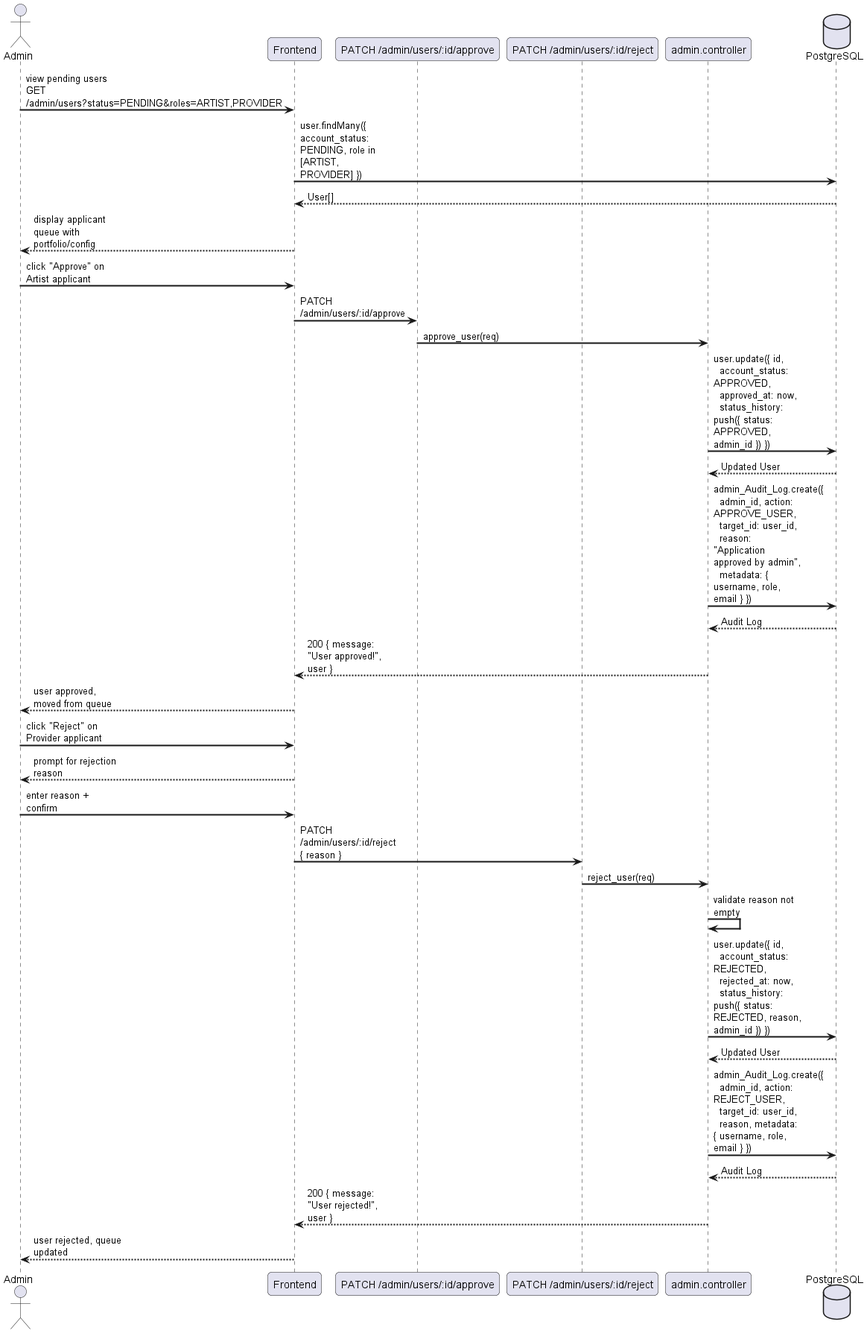
Earlier version of the PlantUML export docs/diagrams/exports/sequence/admin/sequence_admin_user_moderation.png (Schryzon/3Dex). Its diagram source:
```plantuml
@startuml
skinparam sequenceArrowThickness 2
skinparam roundcorner 10
skinparam maxmessagesize 120

actor "Admin" as ADM
participant "Frontend" as FE
participant "PATCH /admin/users/:id/approve" as APP
participant "PATCH /admin/users/:id/reject" as REJ
participant "admin.controller" as AC
database "PostgreSQL" as DB

ADM -> FE : view pending users\nGET /admin/users?status=PENDING&roles=ARTIST,PROVIDER
FE -> DB : user.findMany({ account_status: PENDING, role in [ARTIST, PROVIDER] })
DB --> FE : User[]
FE --> ADM : display applicant queue with portfolio/config

ADM -> FE : click "Approve" on Artist applicant
FE -> APP : PATCH /admin/users/:id/approve
APP -> AC : approve_user(req)
AC -> DB : user.update({ id,\n  account_status: APPROVED,\n  approved_at: now,\n  status_history: push({ status: APPROVED, admin_id }) })
DB --> AC : Updated User
AC -> DB : admin_Audit_Log.create({\n  admin_id, action: APPROVE_USER,\n  target_id: user_id,\n  reason: "Application approved by admin",\n  metadata: { username, role, email } })
DB --> AC : Audit Log
AC --> FE : 200 { message: "User approved!", user }
FE --> ADM : user approved, moved from queue

ADM -> FE : click "Reject" on Provider applicant
FE --> ADM : prompt for rejection reason
ADM -> FE : enter reason + confirm
FE -> REJ : PATCH /admin/users/:id/reject\n{ reason }
REJ -> AC : reject_user(req)
AC -> AC : validate reason not empty
AC -> DB : user.update({ id,\n  account_status: REJECTED,\n  rejected_at: now,\n  status_history: push({ status: REJECTED, reason, admin_id }) })
DB --> AC : Updated User
AC -> DB : admin_Audit_Log.create({\n  admin_id, action: REJECT_USER,\n  target_id: user_id,\n  reason, metadata: { username, role, email } })
DB --> AC : Audit Log
AC --> FE : 200 { message: "User rejected!", user }
FE --> ADM : user rejected, queue updated
@enduml
```
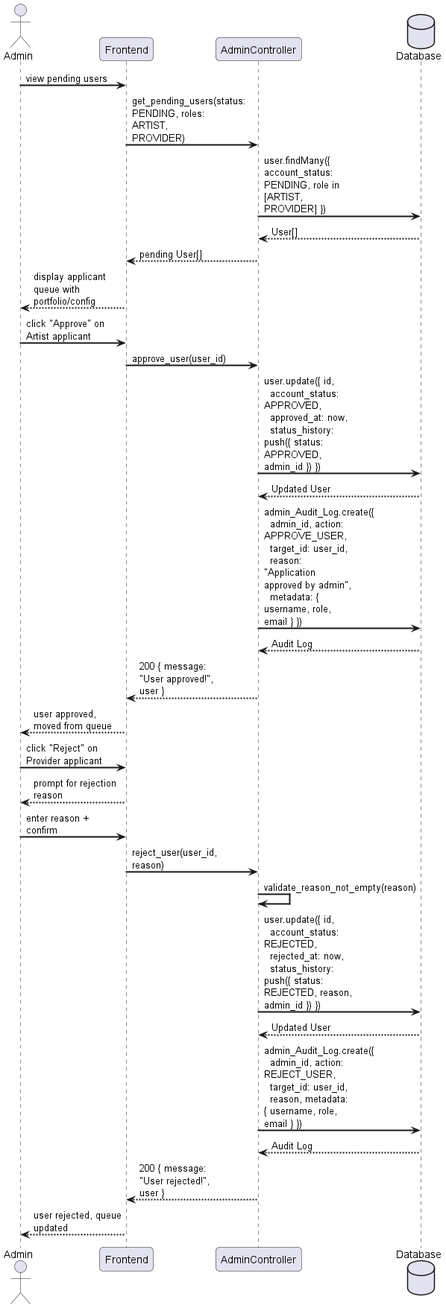
After the change.

Diff of the diagram source:
```diff
@@ -5,19 +5,18 @@
 
 actor "Admin" as ADM
 participant "Frontend" as FE
-participant "PATCH /admin/users/:id/approve" as APP
-participant "PATCH /admin/users/:id/reject" as REJ
-participant "admin.controller" as AC
-database "PostgreSQL" as DB
+participant "AdminController" as AC
+database "Database" as DB
 
-ADM -> FE : view pending users\nGET /admin/users?status=PENDING&roles=ARTIST,PROVIDER
-FE -> DB : user.findMany({ account_status: PENDING, role in [ARTIST, PROVIDER] })
-DB --> FE : User[]
+ADM -> FE : view pending users
+FE -> AC : get_pending_users(status: PENDING, roles: ARTIST, PROVIDER)
+AC -> DB : user.findMany({ account_status: PENDING, role in [ARTIST, PROVIDER] })
+DB --> AC : User[]
+AC --> FE : pending User[]
 FE --> ADM : display applicant queue with portfolio/config
 
 ADM -> FE : click "Approve" on Artist applicant
-FE -> APP : PATCH /admin/users/:id/approve
-APP -> AC : approve_user(req)
+FE -> AC : approve_user(user_id)
 AC -> DB : user.update({ id,\n  account_status: APPROVED,\n  approved_at: now,\n  status_history: push({ status: APPROVED, admin_id }) })
 DB --> AC : Updated User
 AC -> DB : admin_Audit_Log.create({\n  admin_id, action: APPROVE_USER,\n  target_id: user_id,\n  reason: "Application approved by admin",\n  metadata: { username, role, email } })
@@ -28,9 +27,8 @@
 ADM -> FE : click "Reject" on Provider applicant
 FE --> ADM : prompt for rejection reason
 ADM -> FE : enter reason + confirm
-FE -> REJ : PATCH /admin/users/:id/reject\n{ reason }
-REJ -> AC : reject_user(req)
-AC -> AC : validate reason not empty
+FE -> AC : reject_user(user_id, reason)
+AC -> AC : validate_reason_not_empty(reason)
 AC -> DB : user.update({ id,\n  account_status: REJECTED,\n  rejected_at: now,\n  status_history: push({ status: REJECTED, reason, admin_id }) })
 DB --> AC : Updated User
 AC -> DB : admin_Audit_Log.create({\n  admin_id, action: REJECT_USER,\n  target_id: user_id,\n  reason, metadata: { username, role, email } })
```
